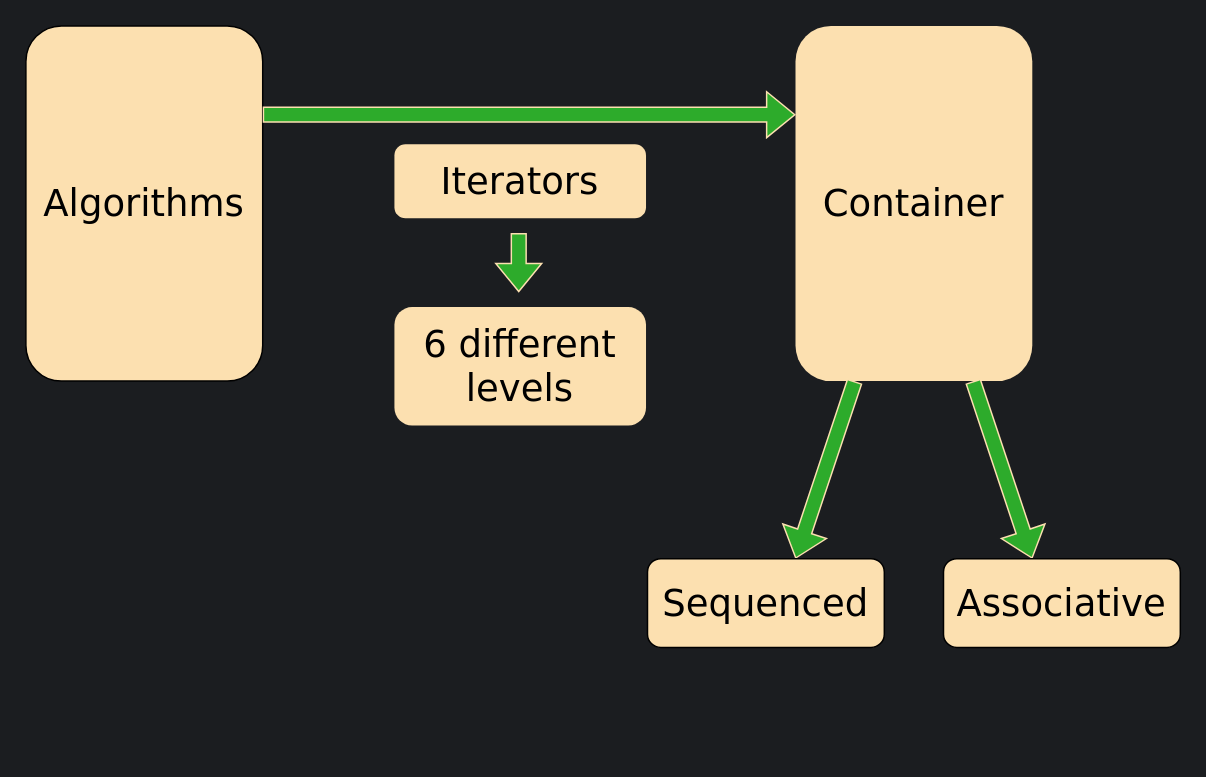
The draw.io diagram STL Overview.drawio in ZenSepiol/ZenSepiol, before the edit. Source tidied: cells renumbered, new cells numbered last; positions are measured from the earlier drawing's top-left corner, leaving out a move shared by most shapes. Both pictures are drawn from the tidied source at 148%, with x=0, y=0 at pixel (25, 25).
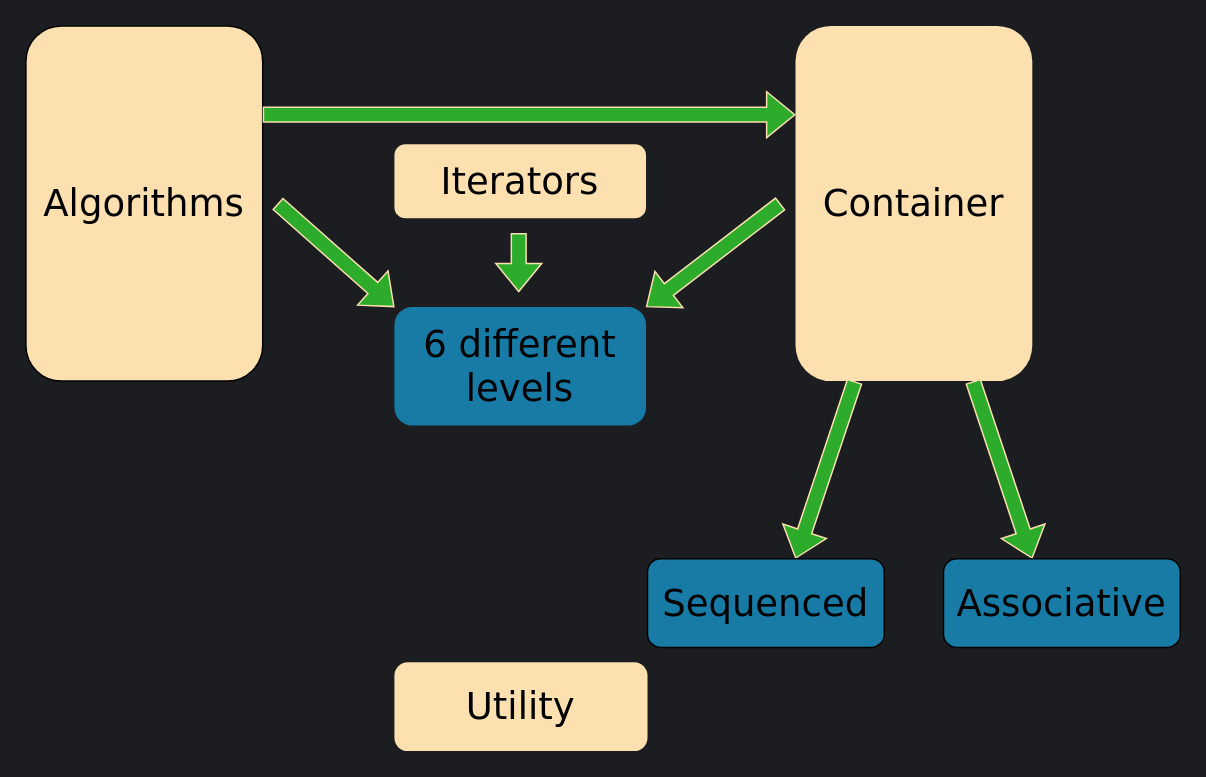
The same page after the edit.

Change to the diagram source:
```diff
@@
 <mxGraphModel background="#1B1D20">
   <root>
     <mxCell id="0" />
     <mxCell id="1" parent="0" />
     <mxCell id="2" value="Container" style="rounded=1;whiteSpace=wrap;html=1;fontFamily=Verdana;fontSize=25;strokeColor=none;fillColor=#FCE0B0;" parent="1" vertex="1">
       <mxGeometry x="520" width="160" height="240" as="geometry" />
     </mxCell>
     <mxCell id="3" value="Algorithms" style="rounded=1;whiteSpace=wrap;html=1;fontFamily=Verdana;fontSize=25;fillColor=#FCE0B0;" parent="1" vertex="1">
       <mxGeometry width="160" height="240" as="geometry" />
     </mxCell>
     <mxCell id="4" style="shape=flexArrow;endArrow=classic;html=1;rounded=0;exitX=1;exitY=0.25;exitDx=0;exitDy=0;entryX=0;entryY=0.25;entryDx=0;entryDy=0;strokeColor=#FCE0B0;fillColor=#2DAB2B;" parent="1" edge="1" source="3" target="2">
       <mxGeometry relative="1" as="geometry" />
     </mxCell>
     <mxCell id="5" value="Iterators" style="rounded=1;whiteSpace=wrap;html=1;fontFamily=Verdana;fontSize=25;strokeColor=none;fillColor=#FCE0B0;" parent="1" vertex="1">
       <mxGeometry x="249" y="80" width="170" height="50" as="geometry" />
     </mxCell>
     <mxCell id="6" style="shape=flexArrow;endArrow=classic;html=1;rounded=0;fontFamily=Verdana;fontSize=25;strokeColor=#FCE0B0;fillColor=#2DAB2B;exitX=0.25;exitY=1;exitDx=0;exitDy=0;" parent="1" edge="1" source="2">
       <mxGeometry relative="1" as="geometry">
         <mxPoint x="520" y="360" as="targetPoint" />
       </mxGeometry>
     </mxCell>
     <mxCell id="7" style="shape=flexArrow;endArrow=classic;html=1;rounded=0;fontFamily=Verdana;fontSize=25;strokeColor=#FCE0B0;fillColor=#2DAB2B;exitX=0.75;exitY=1;exitDx=0;exitDy=0;" parent="1" edge="1" source="2">
       <mxGeometry relative="1" as="geometry">
         <mxPoint x="680" y="360" as="targetPoint" />
       </mxGeometry>
     </mxCell>
-    <mxCell id="8" value="Sequenced" style="rounded=1;whiteSpace=wrap;html=1;labelBorderColor=none;fontFamily=Verdana;fontSize=25;fillColor=#FCE0B0;" parent="1" vertex="1">
+    <mxCell id="8" value="Sequenced" style="rounded=1;whiteSpace=wrap;html=1;labelBorderColor=none;fontFamily=Verdana;fontSize=25;fillColor=#177BA6;" parent="1" vertex="1">
       <mxGeometry x="420" y="360" width="160" height="60" as="geometry" />
     </mxCell>
-    <mxCell id="9" value="Associative" style="rounded=1;whiteSpace=wrap;html=1;labelBorderColor=none;fontFamily=Verdana;fontSize=25;fillColor=#FCE0B0;" parent="1" vertex="1">
+    <mxCell id="9" value="Associative" style="rounded=1;whiteSpace=wrap;html=1;labelBorderColor=none;fontFamily=Verdana;fontSize=25;fillColor=#177BA6;" parent="1" vertex="1">
       <mxGeometry x="620" y="360" width="160" height="60" as="geometry" />
     </mxCell>
     <mxCell id="10" style="shape=flexArrow;endArrow=classic;html=1;rounded=0;fontFamily=Verdana;fontSize=25;strokeColor=#FCE0B0;fillColor=#2DAB2B;exitX=0.25;exitY=1;exitDx=0;exitDy=0;" parent="1" edge="1">
       <mxGeometry relative="1" as="geometry">
         <mxPoint x="333" y="140" as="sourcePoint" />
         <mxPoint x="333" y="180" as="targetPoint" />
       </mxGeometry>
     </mxCell>
-    <mxCell id="11" value="6 different levels" style="rounded=1;whiteSpace=wrap;html=1;fontFamily=Verdana;fontSize=25;strokeColor=none;fillColor=#FCE0B0;" parent="1" vertex="1">
+    <mxCell id="11" value="6 different levels" style="rounded=1;whiteSpace=wrap;html=1;fontFamily=Verdana;fontSize=25;strokeColor=none;fillColor=#177BA6;" parent="1" vertex="1">
       <mxGeometry x="249" y="190" width="170" height="80" as="geometry" />
     </mxCell>
+    <mxCell id="12" style="shape=flexArrow;endArrow=classic;html=1;rounded=0;fontFamily=Verdana;fontSize=25;strokeColor=#FCE0B0;fillColor=#2DAB2B;entryX=1;entryY=0;entryDx=0;entryDy=0;" parent="1" edge="1" target="11">
+      <mxGeometry relative="1" as="geometry">
+        <mxPoint x="510" y="120" as="sourcePoint" />
+      </mxGeometry>
+    </mxCell>
+    <mxCell id="13" style="shape=flexArrow;endArrow=classic;html=1;rounded=0;fontFamily=Verdana;fontSize=25;strokeColor=#FCE0B0;fillColor=#2DAB2B;entryX=0;entryY=0;entryDx=0;entryDy=0;" parent="1" edge="1" target="11">
+      <mxGeometry relative="1" as="geometry">
+        <mxPoint x="170" y="120" as="sourcePoint" />
+      </mxGeometry>
+    </mxCell>
+    <mxCell id="14" value="Utility" style="rounded=1;whiteSpace=wrap;html=1;fontFamily=Verdana;fontSize=25;strokeColor=none;fillColor=#FCE0B0;" parent="1" vertex="1">
+      <mxGeometry x="249" y="430" width="171" height="60" as="geometry" />
+    </mxCell>
   </root>
 </mxGraphModel>
```
